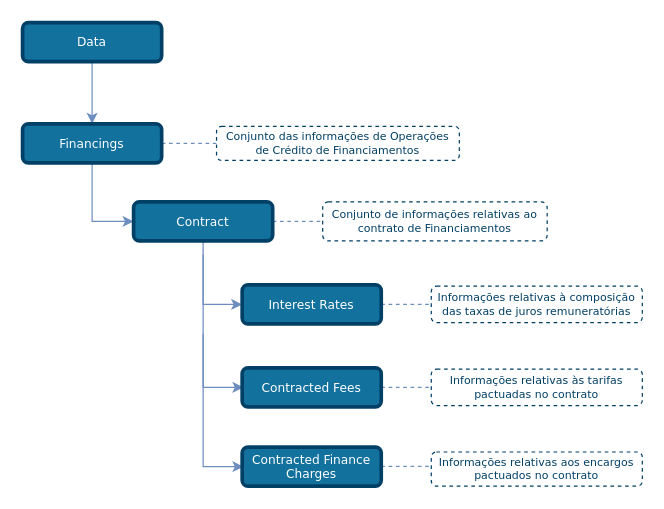
Before: draw_io_diagrams/financings/TLD_Financings_Contract.drawio in OpenBanking-Brasil/areadesenvolvedor, a draw.io diagram. Source tidied: cells renumbered, new cells numbered last; positions are measured from the earlier drawing's top-left corner, leaving out a move shared by most shapes. Both pictures are drawn from the tidied source at 122%, with x=0, y=0 at pixel (22, 22).
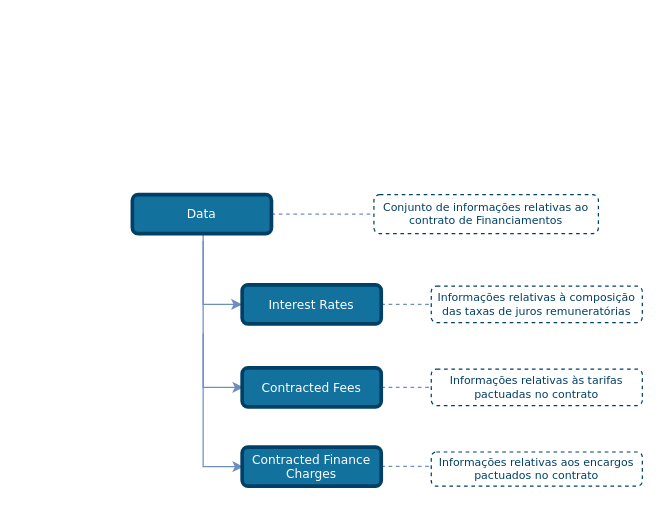
The same diagram, later.

The change refers to these unchanged cells:
```xml
<mxCell id="14" value="Interest Rates" style="rounded=1;whiteSpace=wrap;html=1;comic=0;shadow=0;backgroundOutline=0;snapToPoint=0;fixDash=0;strokeWidth=3;fontFamily=Verdana;fontStyle=0;labelBackgroundColor=none;labelBorderColor=none;fontSize=10;fillColor=#13719E;strokeColor=#003F66;fontColor=#ffffff;" parent="1" vertex="1">
  <mxGeometry x="180" y="215" width="114" height="32" as="geometry" />
</mxCell>
```

The edit, as a diff of the source:
```diff
@@
-    <mxCell id="2" style="edgeStyle=none;rounded=1;jettySize=auto;html=1;entryX=0;entryY=0.5;entryDx=0;entryDy=0;dashed=1;endArrow=none;endFill=0;endSize=6;strokeColor=#6C8EBF;exitX=1;exitY=0.5;exitDx=0;exitDy=0;" parent="1" edge="1" source="13" target="8">
+    <mxCell id="2" style="edgeStyle=none;rounded=1;jettySize=auto;html=1;entryX=0;entryY=0.5;entryDx=0;entryDy=0;dashed=1;endArrow=none;endFill=0;endSize=6;strokeColor=#6C8EBF;exitX=1;exitY=0.5;exitDx=0;exitDy=0;" parent="1" edge="1" source="12" target="8">
       <mxGeometry relative="1" as="geometry" />
     </mxCell>
-    <mxCell id="3" style="edgeStyle=orthogonalEdgeStyle;rounded=0;jettySize=auto;html=1;entryX=0.5;entryY=0;entryDx=0;entryDy=0;endSize=6;fillColor=#dae8fc;strokeColor=#6c8ebf;comic=0;shadow=0;backgroundOutline=0;snapToPoint=0;fixDash=0;endArrow=classic;endFill=1;exitX=0.5;exitY=1;exitDx=0;exitDy=0;" parent="1" edge="1" source="12" target="6">
-      <mxGeometry relative="1" as="geometry" />
-    </mxCell>
-    <mxCell id="4" style="edgeStyle=orthogonalEdgeStyle;rounded=0;jettySize=auto;html=1;exitX=0.5;exitY=1;exitDx=0;exitDy=0;entryX=0;entryY=0.5;entryDx=0;entryDy=0;strokeColor=#6C8EBF;endArrow=classic;endFill=1;" parent="1" edge="1" source="6" target="13">
-      <mxGeometry relative="1" as="geometry" />
-    </mxCell>
-    <mxCell id="5" style="edgeStyle=none;rounded=1;jettySize=auto;html=1;exitX=1;exitY=0.5;exitDx=0;exitDy=0;entryX=0;entryY=0.5;entryDx=0;entryDy=0;dashed=1;endArrow=none;endFill=0;endSize=6;strokeColor=#6C8EBF;" parent="1" edge="1" source="6" target="7">
-      <mxGeometry relative="1" as="geometry" />
-    </mxCell>
-    <mxCell id="6" value="Financings" style="rounded=1;whiteSpace=wrap;html=1;comic=0;shadow=0;backgroundOutline=0;snapToPoint=0;fixDash=0;strokeWidth=3;fontFamily=Verdana;fontStyle=0;labelBackgroundColor=none;labelBorderColor=none;fontSize=10;fillColor=#13719E;strokeColor=#003F66;fontColor=#ffffff;" parent="1" vertex="1">
-      <mxGeometry y="83" width="114" height="32" as="geometry" />
-    </mxCell>
-    <mxCell id="7" value="&lt;font style=&quot;font-size: 9px&quot;&gt;Conjunto das informações de Operações &lt;br&gt;de Crédito de Financiamentos&lt;/font&gt;" style="rounded=1;whiteSpace=wrap;html=1;shadow=0;comic=0;strokeColor=#003F66;strokeWidth=1;fillColor=#ffffff;fontFamily=Verdana;fontSize=9;fontColor=#003F66;dashed=1;spacingLeft=5;spacing=0;spacingRight=5;spacingBottom=5;spacingTop=5;align=center;verticalAlign=middle;gradientColor=#ffffff;" parent="1" vertex="1">
-      <mxGeometry x="159" y="85" width="199" height="28" as="geometry" />
-    </mxCell>
     <mxCell id="8" value="&lt;font style=&quot;font-size: 9px&quot;&gt;Conjunto de informações relativas ao contrato de Financiamentos&lt;/font&gt;" style="rounded=1;whiteSpace=wrap;html=1;shadow=0;comic=0;strokeColor=#003F66;strokeWidth=1;fillColor=#ffffff;fontFamily=Verdana;fontSize=9;fontColor=#003F66;dashed=1;spacingLeft=5;spacing=0;spacingRight=5;spacingBottom=5;spacingTop=5;align=center;verticalAlign=middle;gradientColor=#ffffff;" parent="1" vertex="1">
-      <mxGeometry x="246" y="147" width="184" height="32" as="geometry" />
+      <mxGeometry x="288" y="141" width="184" height="32" as="geometry" />
     </mxCell>
@@
-    <mxCell id="11" style="edgeStyle=orthogonalEdgeStyle;rounded=0;jettySize=auto;html=1;exitX=0.5;exitY=1;exitDx=0;exitDy=0;entryX=0;entryY=0.5;entryDx=0;entryDy=0;strokeColor=#6C8EBF;endArrow=classic;endFill=1;" parent="1" edge="1" source="13" target="14">
-      <mxGeometry relative="1" as="geometry" />
+    <mxCell id="11" style="edgeStyle=orthogonalEdgeStyle;rounded=0;jettySize=auto;html=1;entryX=0;entryY=0.5;entryDx=0;entryDy=0;strokeColor=#6C8EBF;endArrow=classic;endFill=1;" parent="1" edge="1" target="14">
+      <mxGeometry relative="1" as="geometry">
+        <mxPoint x="148" y="179" as="sourcePoint" />
+        <Array as="points">
+          <mxPoint x="148" y="231" />
+        </Array>
+      </mxGeometry>
     </mxCell>
-    <mxCell id="12" value="Data" style="rounded=1;whiteSpace=wrap;html=1;comic=0;shadow=0;backgroundOutline=0;snapToPoint=0;fixDash=0;strokeWidth=3;fontFamily=Verdana;fontStyle=0;labelBackgroundColor=none;labelBorderColor=none;fontSize=10;fillColor=#13719E;strokeColor=#003F66;fontColor=#ffffff;" parent="1" vertex="1">
-      <mxGeometry width="114" height="32" as="geometry" />
-    </mxCell>
-    <mxCell id="13" value="Contract" style="rounded=1;whiteSpace=wrap;html=1;comic=0;shadow=0;backgroundOutline=0;snapToPoint=0;fixDash=0;strokeWidth=3;fontFamily=Verdana;fontStyle=0;labelBackgroundColor=none;labelBorderColor=none;fontSize=10;fillColor=#13719E;strokeColor=#003F66;fontColor=#ffffff;" parent="1" vertex="1">
-      <mxGeometry x="91" y="147" width="114" height="32" as="geometry" />
-    </mxCell>
@@
-    <mxCell id="19" style="edgeStyle=orthogonalEdgeStyle;rounded=0;orthogonalLoop=1;jettySize=auto;html=1;entryX=0;entryY=0.5;entryDx=0;entryDy=0;strokeColor=#6C8EBF;endArrow=classic;endFill=1;" parent="1" edge="1">
+    <mxCell id="19" style="edgeStyle=orthogonalEdgeStyle;rounded=0;jettySize=auto;html=1;entryX=0;entryY=0.5;entryDx=0;entryDy=0;strokeColor=#6C8EBF;endArrow=classic;endFill=1;exitX=0.5;exitY=1;exitDx=0;exitDy=0;" parent="1" edge="1" source="12">
       <mxGeometry relative="1" as="geometry">
-        <mxPoint x="148" y="190" as="sourcePoint" />
         <mxPoint x="181" y="299" as="targetPoint" />
         <Array as="points">
+          <mxPoint x="148" y="173" />
           <mxPoint x="148" y="299" />
         </Array>
       </mxGeometry>
     </mxCell>
@@
+    <mxCell id="12" value="Data" style="rounded=1;whiteSpace=wrap;html=1;comic=0;shadow=0;backgroundOutline=0;snapToPoint=0;fixDash=0;strokeWidth=3;fontFamily=Verdana;fontStyle=0;labelBackgroundColor=none;labelBorderColor=none;fontSize=10;fillColor=#13719E;strokeColor=#003F66;fontColor=#ffffff;" parent="1" vertex="1">
+      <mxGeometry x="90" y="141" width="114" height="32" as="geometry" />
+    </mxCell>
```
